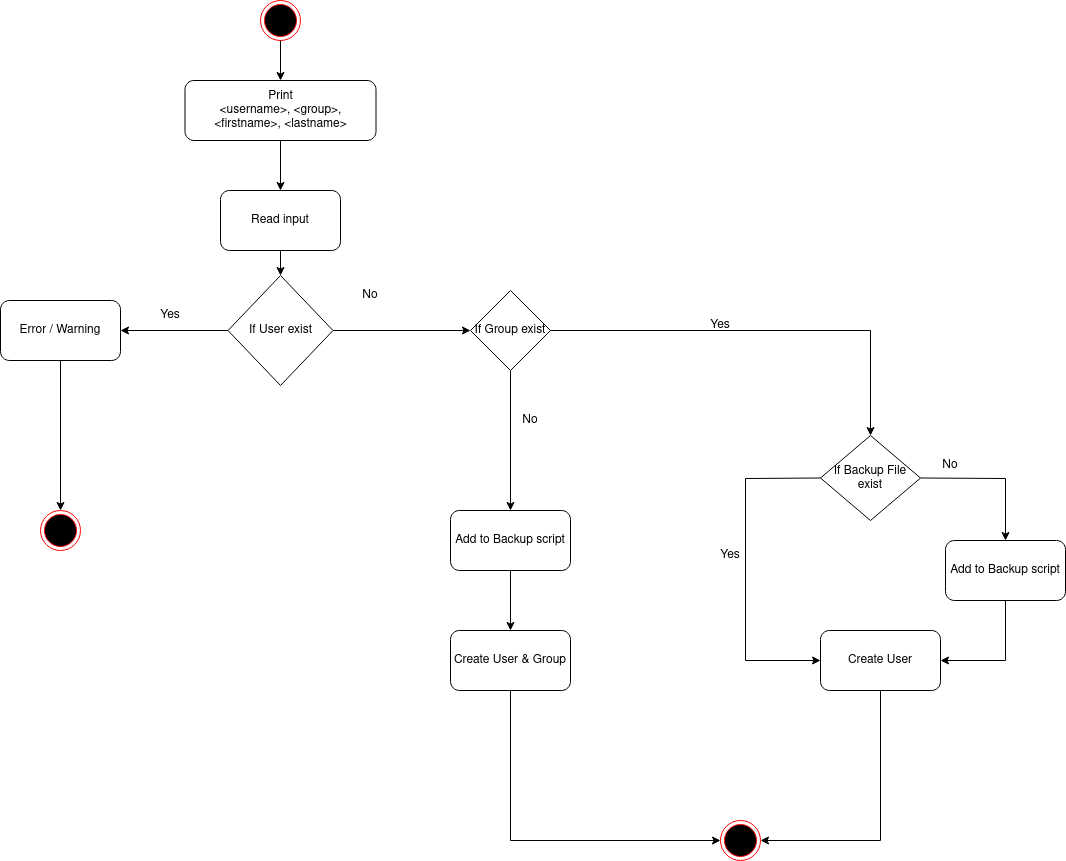
The draw.io diagram Documents/ActivityDiagram.png in EAlbanese/Modul_122, before a commit. Source tidied: cells renumbered, new cells last; positions are measured from the earlier drawing's top-left corner, leaving out a move shared by most shapes.
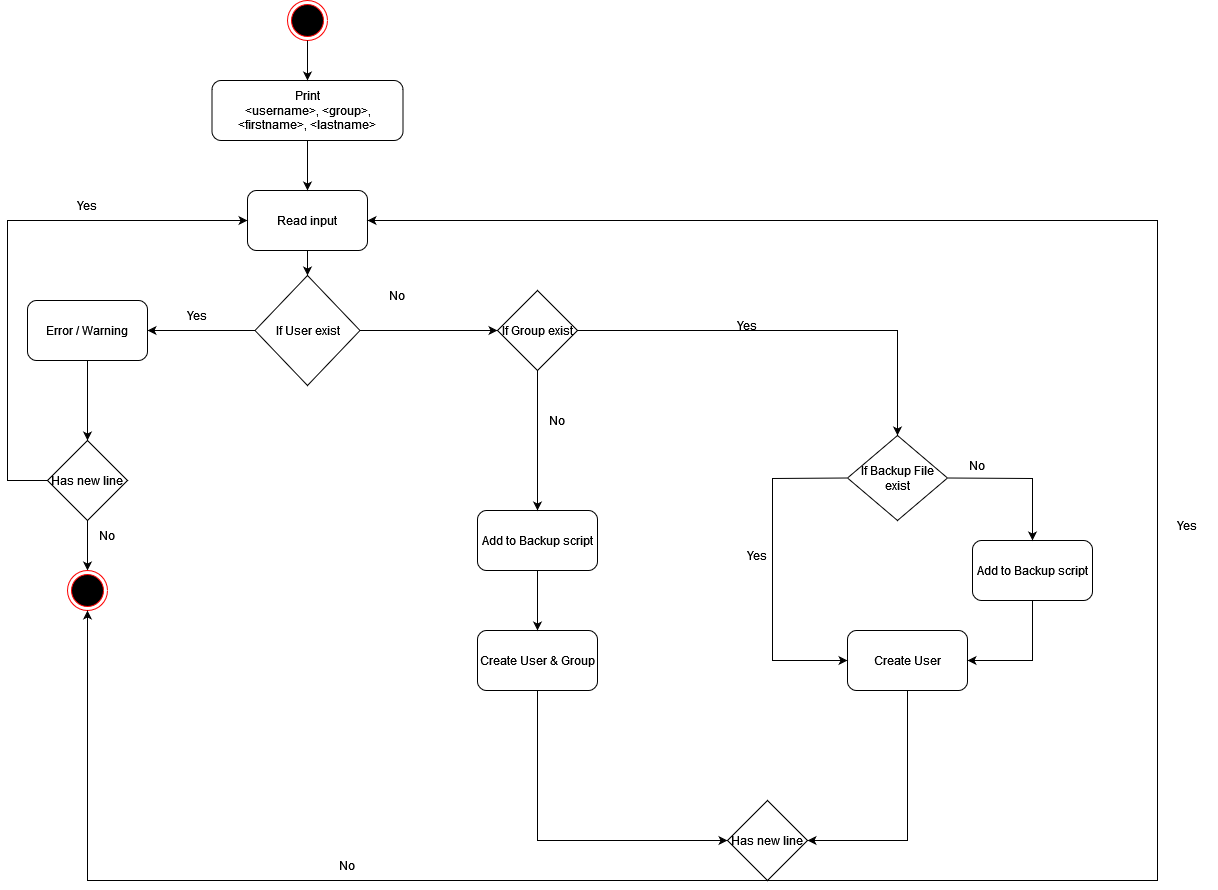
Above is the later version.

Diff of the diagram source:
```diff
@@ -38,30 +38,19 @@
     <mxCell id="13" value="Error / Warning" style="rounded=1;whiteSpace=wrap;html=1;fillColor=#FFFFFF;" parent="1" vertex="1">
       <mxGeometry y="300" width="120" height="60" as="geometry" />
     </mxCell>
-    <mxCell id="14" style="endArrow=classic;html=1;rounded=0;exitX=0.5;exitY=1;exitDx=0;exitDy=0;" parent="1" edge="1" source="13">
-      <mxGeometry relative="1" as="geometry">
-        <mxPoint x="60" y="510" as="targetPoint" />
-      </mxGeometry>
-    </mxCell>
-    <mxCell id="15" style="ellipse;html=1;shape=endState;fillColor=#000000;strokeColor=#ff0000;" parent="1" vertex="1">
-      <mxGeometry x="40" y="510" width="40" height="40" as="geometry" />
-    </mxCell>
     <mxCell id="16" value="Add to Backup script" style="rounded=1;whiteSpace=wrap;html=1;fillColor=#FFFFFF;" parent="1" vertex="1">
       <mxGeometry x="450" y="510" width="120" height="60" as="geometry" />
     </mxCell>
     <mxCell id="17" value="Create User &amp;amp; Group" style="rounded=1;whiteSpace=wrap;html=1;fillColor=#FFFFFF;" parent="1" vertex="1">
       <mxGeometry x="450" y="630" width="120" height="60" as="geometry" />
     </mxCell>
-    <mxCell id="18" style="ellipse;html=1;shape=endState;fillColor=#000000;strokeColor=#ff0000;" parent="1" vertex="1">
-      <mxGeometry x="720" y="820" width="40" height="40" as="geometry" />
-    </mxCell>
     <mxCell id="19" style="endArrow=classic;html=1;rounded=0;exitX=0.5;exitY=1;exitDx=0;exitDy=0;entryX=0.5;entryY=0;entryDx=0;entryDy=0;" parent="1" edge="1" source="31" target="16">
       <mxGeometry relative="1" as="geometry" />
     </mxCell>
     <mxCell id="20" style="endArrow=classic;html=1;rounded=0;exitX=0.5;exitY=1;exitDx=0;exitDy=0;entryX=0.5;entryY=0;entryDx=0;entryDy=0;" parent="1" edge="1" source="16" target="17">
       <mxGeometry relative="1" as="geometry" />
     </mxCell>
-    <mxCell id="21" style="endArrow=classic;html=1;rounded=0;exitX=0.5;exitY=1;exitDx=0;exitDy=0;entryX=0;entryY=0.5;entryDx=0;entryDy=0;" parent="1" edge="1" source="17" target="18">
+    <mxCell id="21" style="endArrow=classic;html=1;rounded=0;exitX=0.5;exitY=1;exitDx=0;exitDy=0;entryX=0;entryY=0.5;entryDx=0;entryDy=0;" parent="1" edge="1" source="17" target="42">
       <mxGeometry relative="1" as="geometry">
         <Array as="points">
           <mxPoint x="510" y="840" />
@@ -105,7 +94,7 @@
         </Array>
       </mxGeometry>
     </mxCell>
-    <mxCell id="30" style="endArrow=classic;html=1;rounded=0;exitX=0.5;exitY=1;exitDx=0;exitDy=0;entryX=1;entryY=0.5;entryDx=0;entryDy=0;" parent="1" edge="1" source="27" target="18">
+    <mxCell id="30" style="endArrow=classic;html=1;rounded=0;exitX=0.5;exitY=1;exitDx=0;exitDy=0;entryX=1;entryY=0.5;entryDx=0;entryDy=0;" parent="1" edge="1" source="27" target="42">
       <mxGeometry relative="1" as="geometry">
         <Array as="points">
           <mxPoint x="880" y="840" />
@@ -128,5 +117,57 @@
         </Array>
       </mxGeometry>
     </mxCell>
+    <mxCell id="35" value="Has new line" style="rhombus;whiteSpace=wrap;html=1;" parent="1" vertex="1">
+      <mxGeometry x="20" y="440" width="80" height="80" as="geometry" />
+    </mxCell>
+    <mxCell id="36" style="endArrow=classic;html=1;rounded=0;exitX=0.5;exitY=1;exitDx=0;exitDy=0;entryX=0.5;entryY=0;entryDx=0;entryDy=0;" parent="1" edge="1" source="13" target="35">
+      <mxGeometry relative="1" as="geometry" />
+    </mxCell>
+    <mxCell id="37" style="endArrow=classic;html=1;rounded=0;exitX=0;exitY=0.5;exitDx=0;exitDy=0;entryX=0;entryY=0.5;entryDx=0;entryDy=0;" parent="1" edge="1" source="35" target="5">
+      <mxGeometry relative="1" as="geometry">
+        <Array as="points">
+          <mxPoint x="-20" y="480" />
+          <mxPoint x="-20" y="220" />
+        </Array>
+      </mxGeometry>
+    </mxCell>
+    <mxCell id="38" value="Yes" style="text;html=1;strokeColor=none;fillColor=none;align=center;verticalAlign=middle;whiteSpace=wrap;rounded=0;" parent="1" vertex="1">
+      <mxGeometry x="30" y="190" width="60" height="30" as="geometry" />
+    </mxCell>
+    <mxCell id="39" style="endArrow=classic;html=1;rounded=0;exitX=0.5;exitY=1;exitDx=0;exitDy=0;" parent="1" edge="1" source="35">
+      <mxGeometry relative="1" as="geometry">
+        <mxPoint x="60" y="570" as="targetPoint" />
+      </mxGeometry>
+    </mxCell>
+    <mxCell id="40" style="ellipse;html=1;shape=endState;fillColor=#000000;strokeColor=#ff0000;" parent="1" vertex="1">
+      <mxGeometry x="40" y="570" width="40" height="40" as="geometry" />
+    </mxCell>
+    <mxCell id="41" value="No" style="text;html=1;strokeColor=none;fillColor=none;align=center;verticalAlign=middle;whiteSpace=wrap;rounded=0;" parent="1" vertex="1">
+      <mxGeometry x="50" y="520" width="60" height="30" as="geometry" />
+    </mxCell>
+    <mxCell id="42" value="Has new line" style="rhombus;whiteSpace=wrap;html=1;" parent="1" vertex="1">
+      <mxGeometry x="700" y="800" width="80" height="80" as="geometry" />
+    </mxCell>
+    <mxCell id="43" style="endArrow=classic;html=1;rounded=0;exitX=0.5;exitY=1;exitDx=0;exitDy=0;entryX=0.5;entryY=1;entryDx=0;entryDy=0;" parent="1" edge="1" source="42" target="40">
+      <mxGeometry relative="1" as="geometry">
+        <Array as="points">
+          <mxPoint x="60" y="880" />
+        </Array>
+      </mxGeometry>
+    </mxCell>
+    <mxCell id="44" value="No" style="text;html=1;strokeColor=none;fillColor=none;align=center;verticalAlign=middle;whiteSpace=wrap;rounded=0;" parent="1" vertex="1">
+      <mxGeometry x="290" y="850" width="60" height="30" as="geometry" />
+    </mxCell>
+    <mxCell id="45" style="endArrow=classic;html=1;rounded=0;exitX=0.5;exitY=1;exitDx=0;exitDy=0;" parent="1" edge="1" source="42" target="5">
+      <mxGeometry relative="1" as="geometry">
+        <Array as="points">
+          <mxPoint x="1130" y="880" />
+          <mxPoint x="1130" y="220" />
+        </Array>
+      </mxGeometry>
+    </mxCell>
+    <mxCell id="46" value="Yes" style="text;html=1;strokeColor=none;fillColor=none;align=center;verticalAlign=middle;whiteSpace=wrap;rounded=0;" parent="1" vertex="1">
+      <mxGeometry x="1130" y="510" width="60" height="30" as="geometry" />
+    </mxCell>
   </root>
 </mxGraphModel>
```
